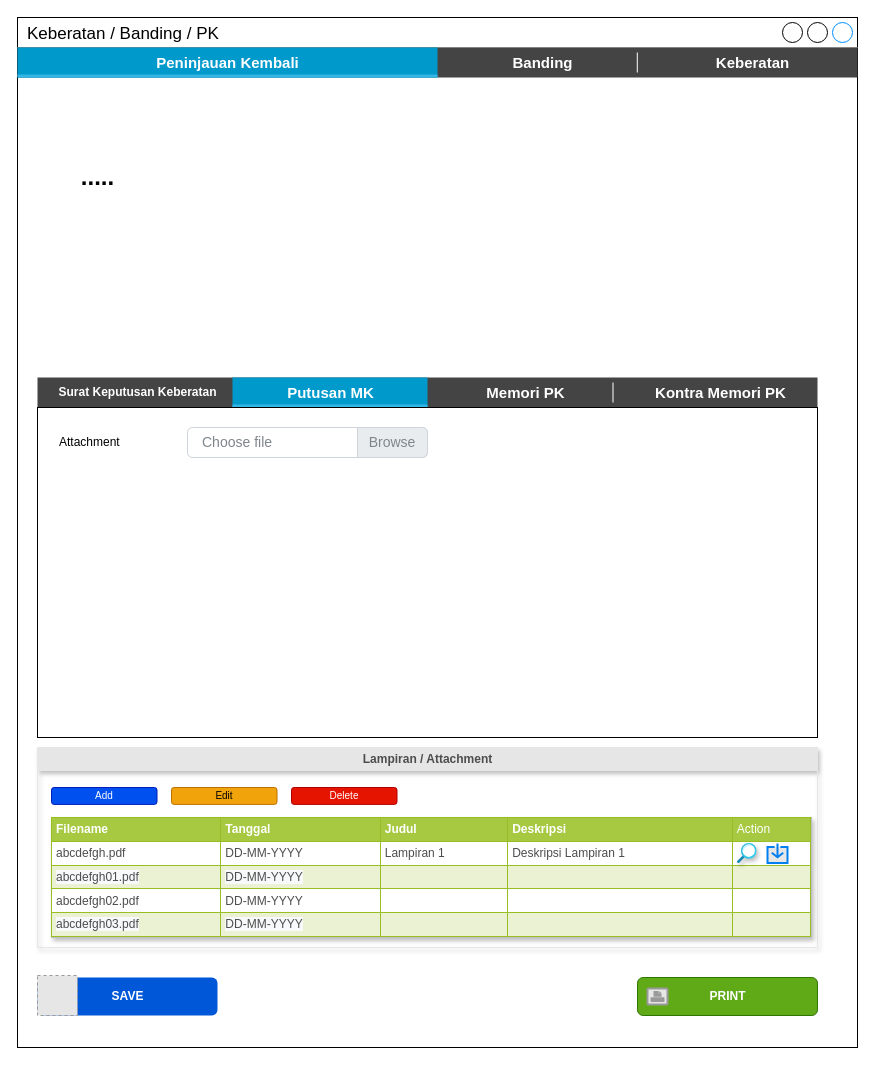
The draw.io diagram page "5.4 PeninjauanKembali_PutusanMK" (21 of 22) of TAMS.drawio in prasetyodavid/TAMS, before the edit. Source tidied: cells renumbered, new cells numbered last; positions are measured from the earlier drawing's top-left corner, leaving out a move shared by most shapes. Both pictures are drawn from the tidied source at 100%, with x=0, y=0 at pixel (17, 17). Pictures stored in the file or linked from it are replaced by grey dashed boxes.
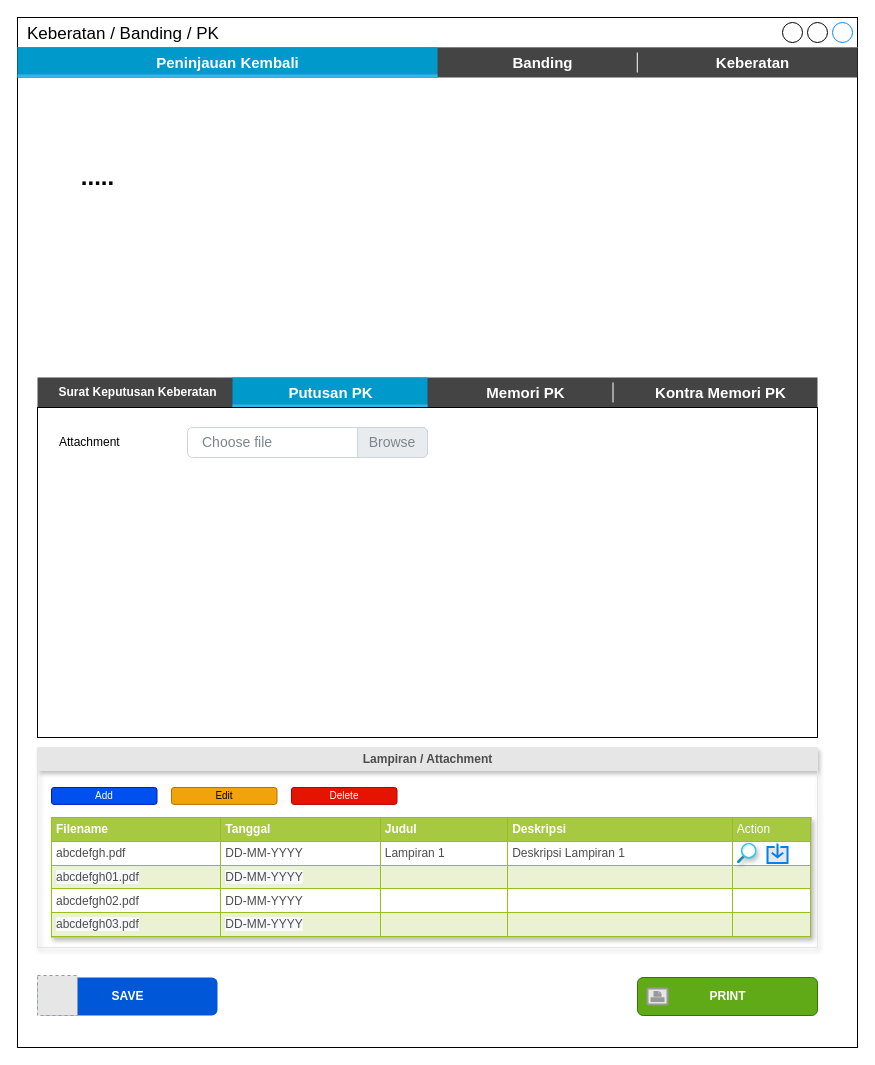
After the change.

The change refers to these unchanged cells:
```xml
<mxCell id="17" style="strokeWidth=1;html=1;shadow=0;dashed=0;shape=mxgraph.android.rrect;rSize=0;fillColor=#444444;strokeColor=none;fontSize=15;" parent="1" vertex="1">
  <mxGeometry x="20" y="360" width="780" height="30" as="geometry" />
</mxCell>
```

What changed in the source:
```diff
@@
-    <mxCell id="19" value="Putusan MK" style="strokeWidth=1;html=1;shadow=0;dashed=0;shape=mxgraph.android.rrect;rSize=0;fontStyle=1;fillColor=#0099cc;strokeColor=none;fontColor=#ffffff;fontSize=15;" parent="17" vertex="1">
+    <mxCell id="19" value="Putusan PK" style="strokeWidth=1;html=1;shadow=0;dashed=0;shape=mxgraph.android.rrect;rSize=0;fontStyle=1;fillColor=#0099cc;strokeColor=none;fontColor=#ffffff;fontSize=15;" parent="17" vertex="1">
       <mxGeometry x="195" width="195" height="30" as="geometry" />
     </mxCell>
```
